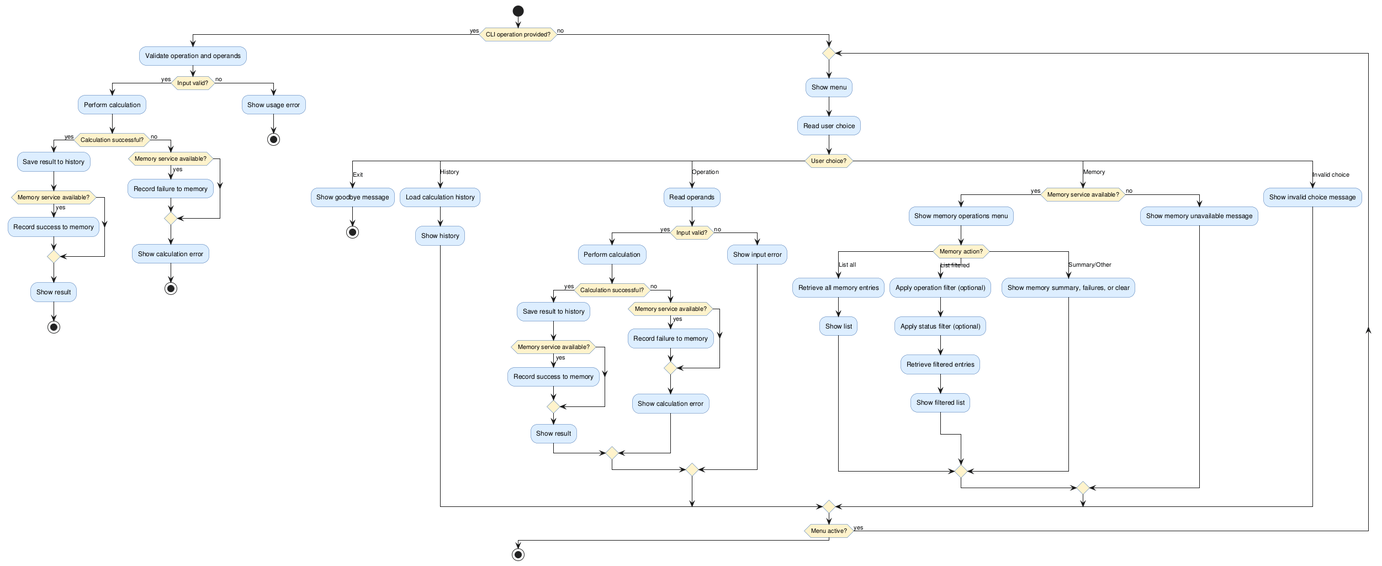
The PlantUML diagram experiments/supervisor_as_tools/structured_text/calculator/artifacts/activity_diagram.png in DanielRiha8906/Software_autoevolution_using_agents, before a commit.
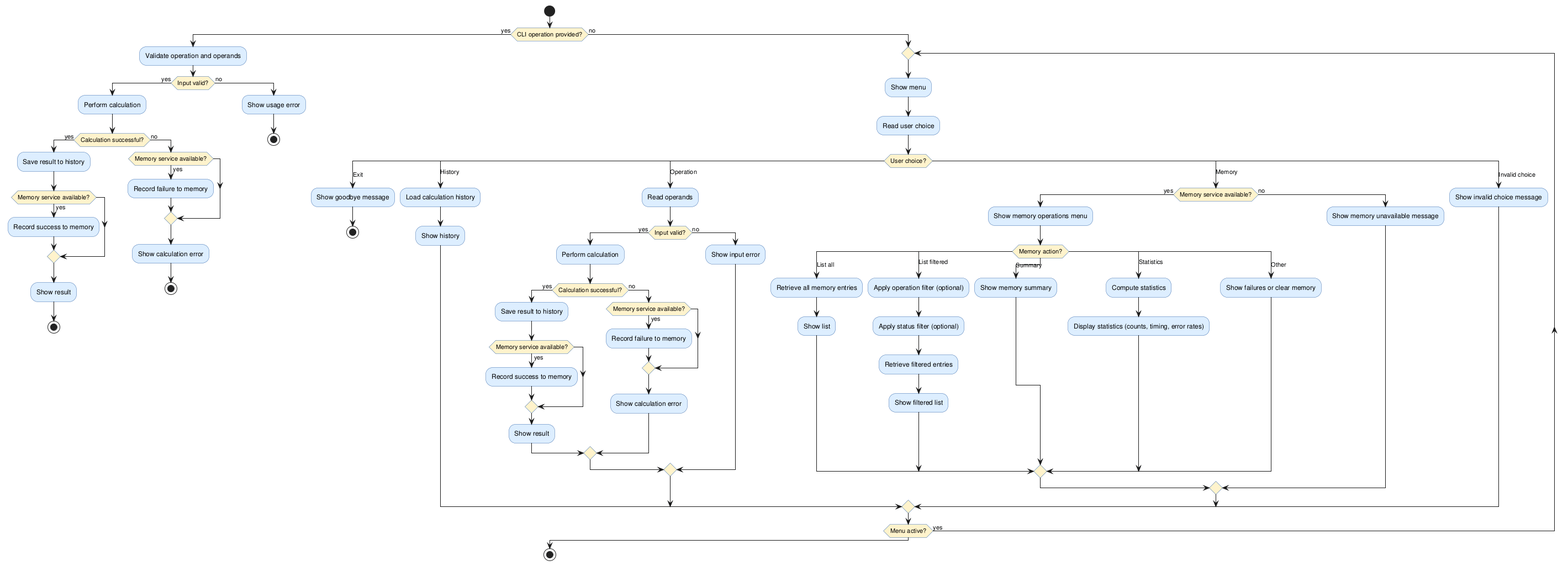
Later version of the same file.

The edit, as a diff of the source:
```diff
@@ -84,8 +84,13 @@
               :Apply status filter (optional);
               :Retrieve filtered entries;
               :Show filtered list;
-            case (Summary/Other)
-              :Show memory summary, failures, or clear;
+            case (Summary)
+              :Show memory summary;
+            case (Statistics)
+              :Compute statistics;
+              :Display statistics (counts, timing, error rates);
+            case (Other)
+              :Show failures or clear memory;
           endswitch
         else (no)
           :Show memory unavailable message;
```
